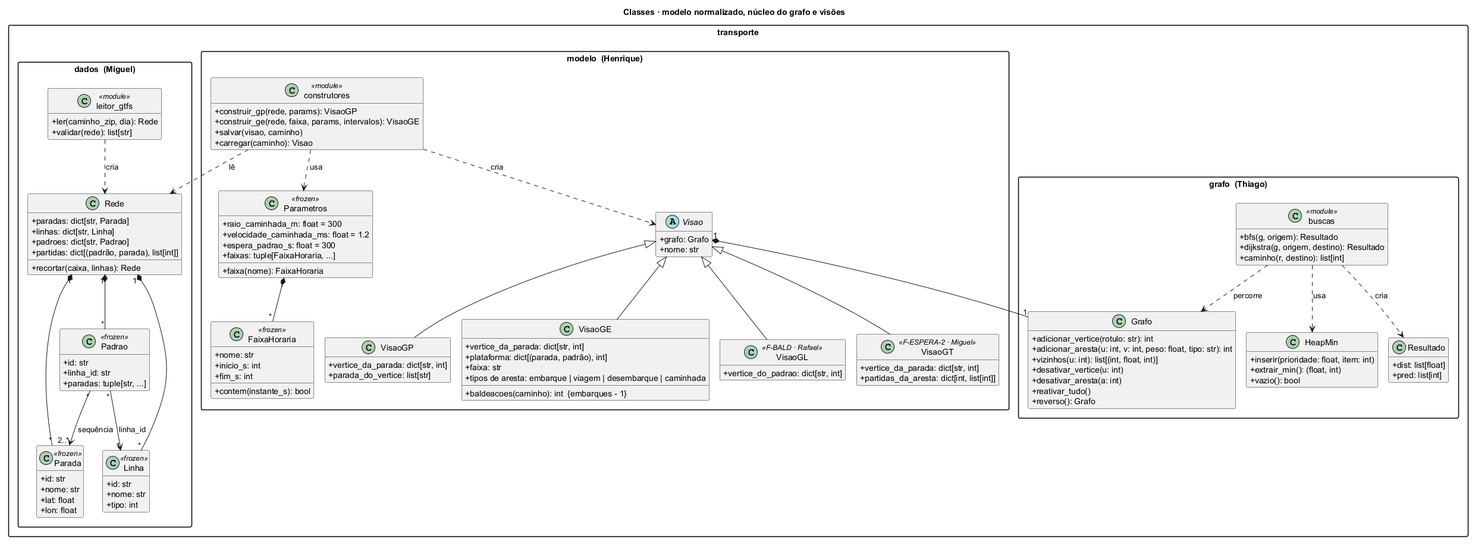
The PlantUML diagram docs/diagramas/classes.png in henriquegdc/grafos-transporte-bh, before a commit.
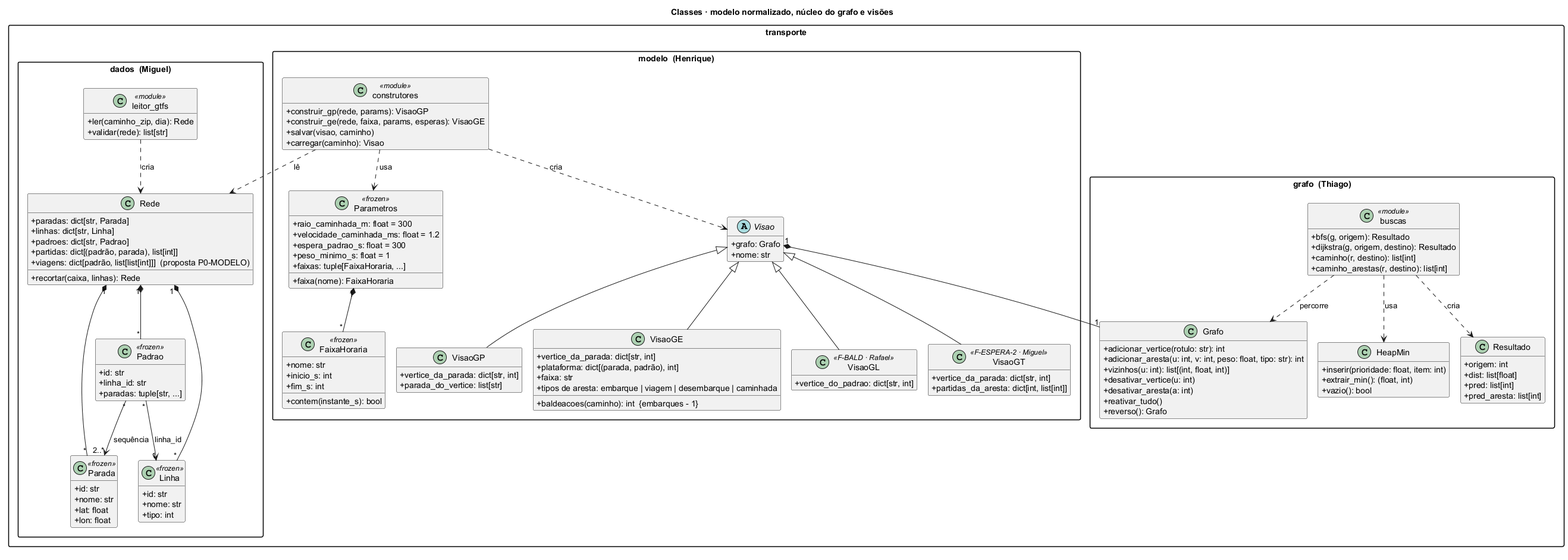
The same file after the commit.

Commit message:
feat(P0-MODELO): construtores de G_P e G_E, salvar, carregar e baldeações (#38)

Change to the diagram source:
```diff
@@ -27,6 +27,7 @@
     +linhas: dict[str, Linha]
     +padroes: dict[str, Padrao]
     +{field} partidas: dict[(padrão, parada), list[int]]
+    +{field} viagens: dict[padrão, list[list[int]]]  (proposta P0-MODELO)
     +recortar(caixa, linhas): Rede
   }
   class leitor_gtfs <<module>> {
@@ -51,13 +52,16 @@
     +vazio(): bool
   }
   class Resultado {
+    +origem: int
     +dist: list[float]
     +pred: list[int]
+    +pred_aresta: list[int]
   }
   class buscas <<module>> {
     +bfs(g, origem): Resultado
     +dijkstra(g, origem, destino): Resultado
     +caminho(r, destino): list[int]
+    +caminho_arestas(r, destino): list[int]
   }
 }
 
@@ -66,6 +70,7 @@
     +raio_caminhada_m: float = 300
     +velocidade_caminhada_ms: float = 1.2
     +espera_padrao_s: float = 300
+    +peso_minimo_s: float = 1
     +faixas: tuple[FaixaHoraria, ...]
     +faixa(nome): FaixaHoraria
   }
@@ -99,7 +104,7 @@
   }
   class construtores <<module>> {
     +construir_gp(rede, params): VisaoGP
-    +construir_ge(rede, faixa, params, intervalos): VisaoGE
+    +construir_ge(rede, faixa, params, esperas): VisaoGE
     +salvar(visao, caminho)
     +carregar(caminho): Visao
   }
```
